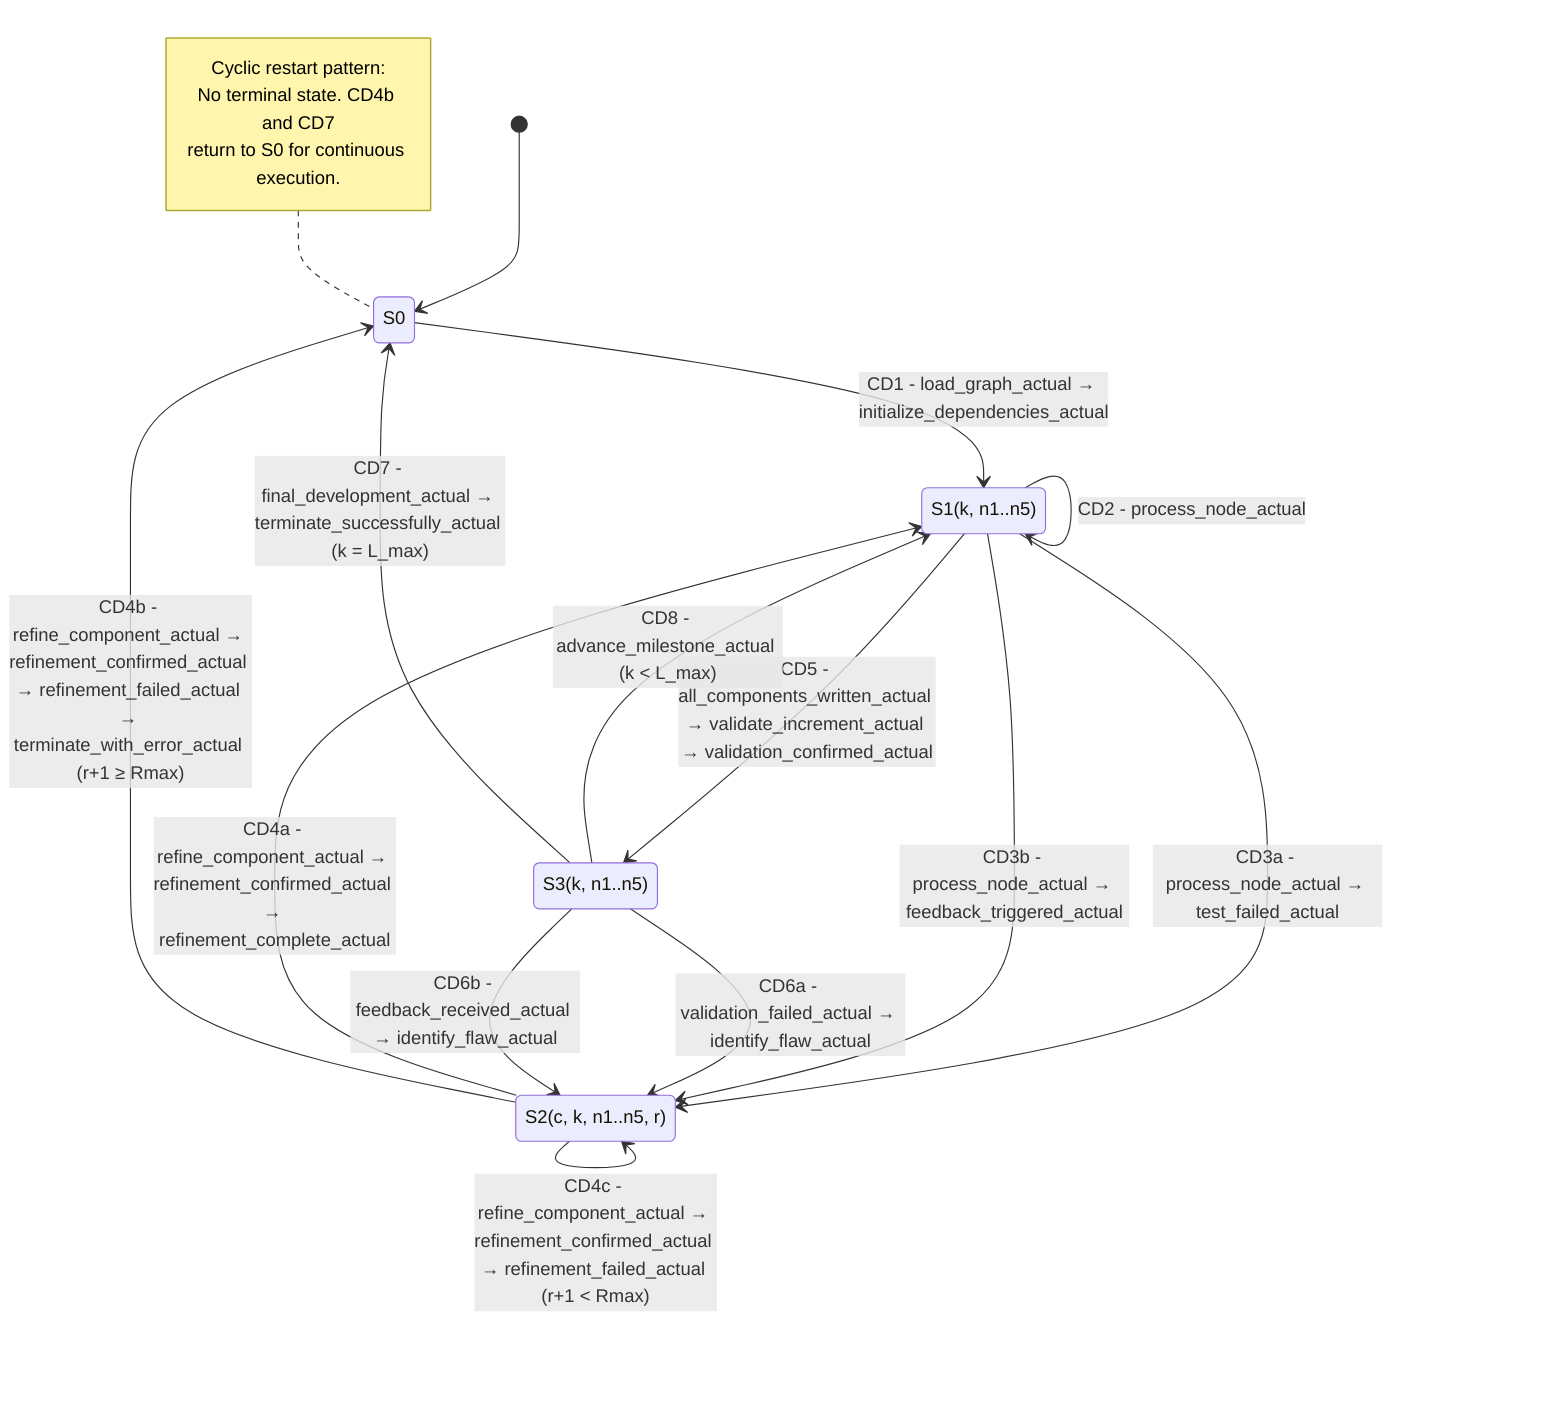
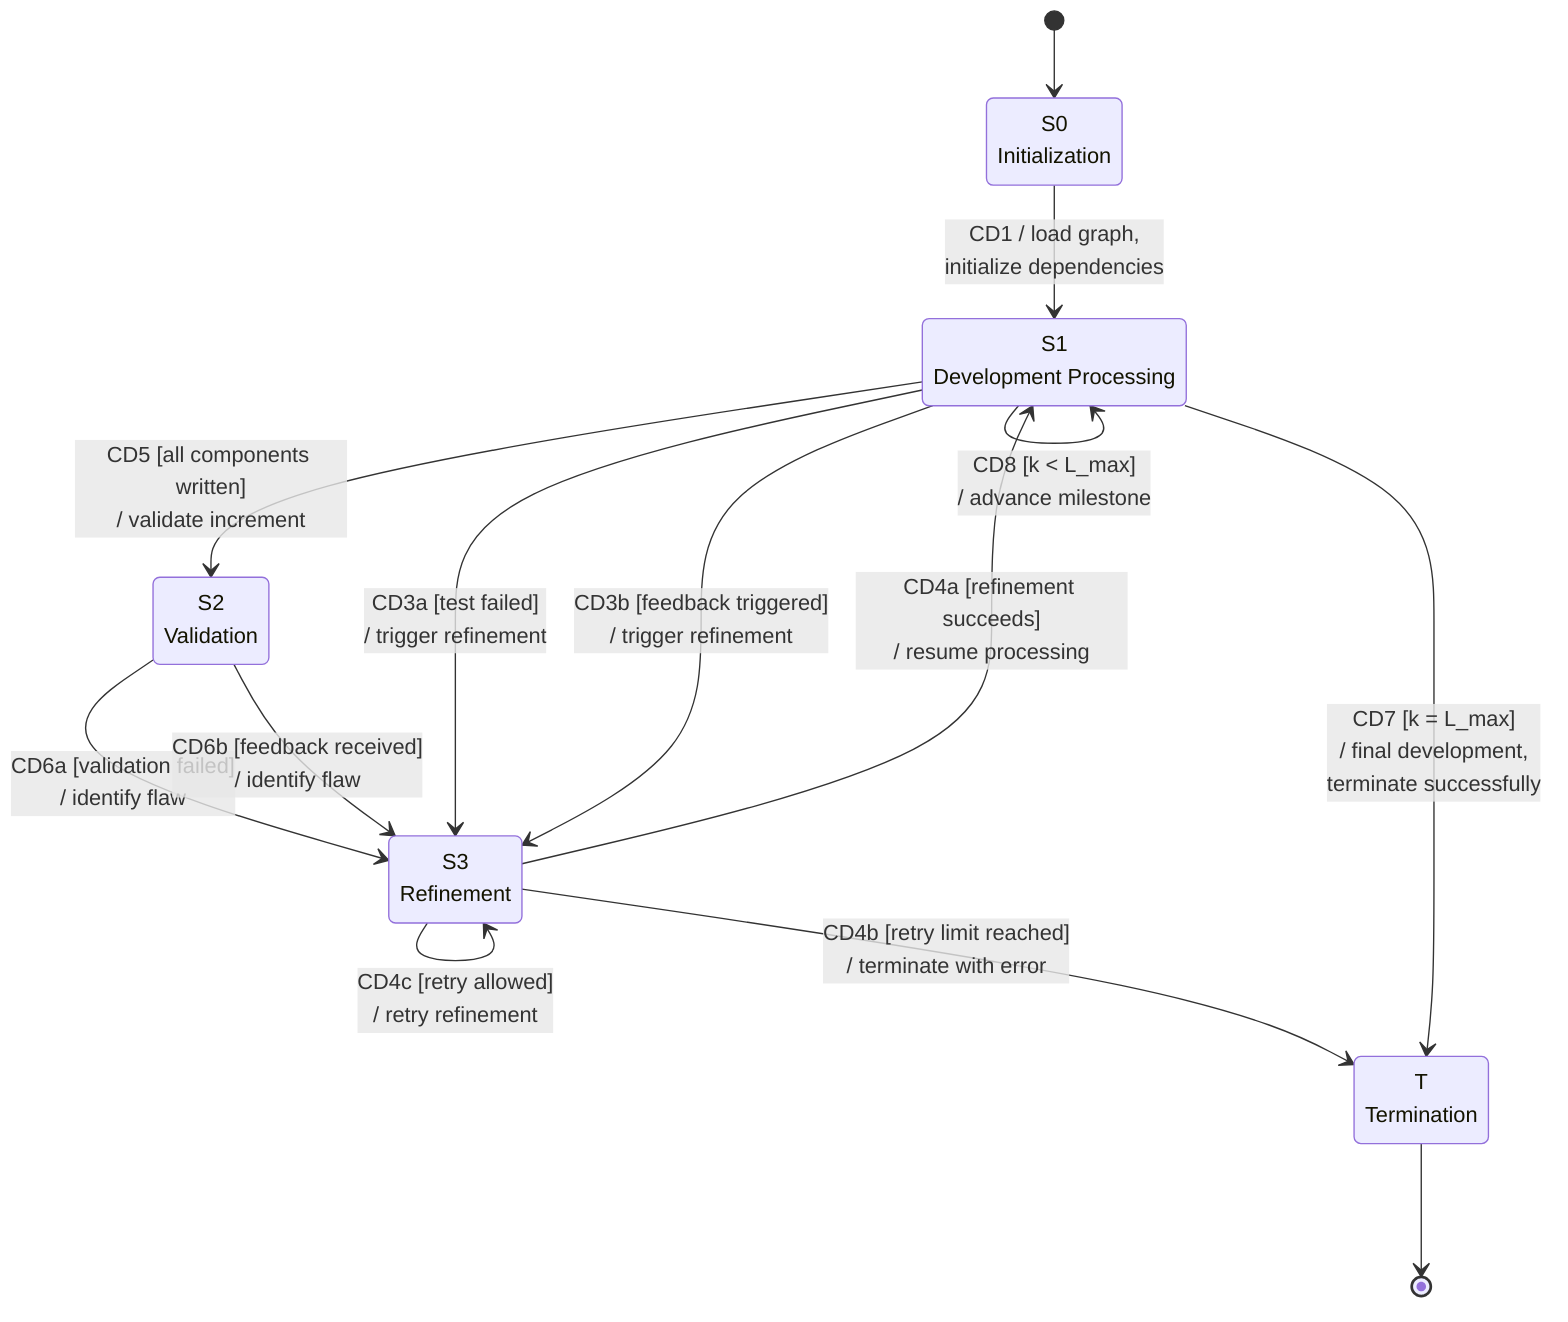
stateDiagram-v2
    direction TB

    [*] --> S0

-     %% Initialization
-     S0 --> S1 : CD1 - load_graph_actual → initialize_dependencies_actual
+     state "S0<br/>Initialization" as S0
+     state "S1<br/>Development Processing" as S1
+     state "S2<br/>Validation" as S2
+     state "S3<br/>Refinement" as S3
+     state "T<br/>Termination" as T

-     %% Node Processing
-     S1 --> S1 : CD2 - process_node_actual
-     S1 --> S2 : CD3a - process_node_actual → test_failed_actual
-     S1 --> S2 : CD3b - process_node_actual → feedback_triggered_actual
-     S1 --> S3 : CD5 - all_components_written_actual → validate_increment_actual → validation_confirmed_actual
+     S0 --> S1 : CD1 / load graph,<br/>initialize dependencies

-     %% Refinement
-     S2 --> S1 : CD4a - refine_component_actual → refinement_confirmed_actual → refinement_complete_actual
-     S2 --> S2 : CD4c - refine_component_actual → refinement_confirmed_actual → refinement_failed_actual (r+1 < Rmax)
-     S2 --> S0 : CD4b - refine_component_actual → refinement_confirmed_actual → refinement_failed_actual → terminate_with_error_actual (r+1 ≥ Rmax)
+     S1 --> S2 : CD5 [all components written]<br/>/ validate increment

-     %% Validation
-     S3 --> S2 : CD6a - validation_failed_actual → identify_flaw_actual
-     S3 --> S2 : CD6b - feedback_received_actual → identify_flaw_actual
-     S3 --> S1 : CD8 - advance_milestone_actual (k < L_max)
-     S3 --> S0 : CD7 - final_development_actual → terminate_successfully_actual (k = L_max)
+     S2 --> S3 : CD6a [validation failed]<br/>/ identify flaw
+     S2 --> S3 : CD6b [feedback received]<br/>/ identify flaw

-     %% State labels with parameters
-     state "S0" as S0
-     state "S1(k, n1..n5)" as S1
-     state "S2(c, k, n1..n5, r)" as S2
-     state "S3(k, n1..n5)" as S3
+     S1 --> S3 : CD3a [test failed]<br/>/ trigger refinement
+     S1 --> S3 : CD3b [feedback triggered]<br/>/ trigger refinement

-     note left of S0
-         Cyclic restart pattern:
-         No terminal state. CD4b and CD7
-         return to S0 for continuous execution.
-     end note
+     S3 --> S1 : CD4a [refinement succeeds]<br/>/ resume processing
+ 
+     S3 --> S3 : CD4c [retry allowed]<br/>/ retry refinement
+ 
+     S3 --> T : CD4b [retry limit reached]<br/>/ terminate with error
+ 
+     S1 --> S1 : CD8 [k < L_max]<br/>/ advance milestone
+ 
+     S1 --> T : CD7 [k = L_max]<br/>/ final development,<br/>terminate successfully
+ 
+     T --> [*]
